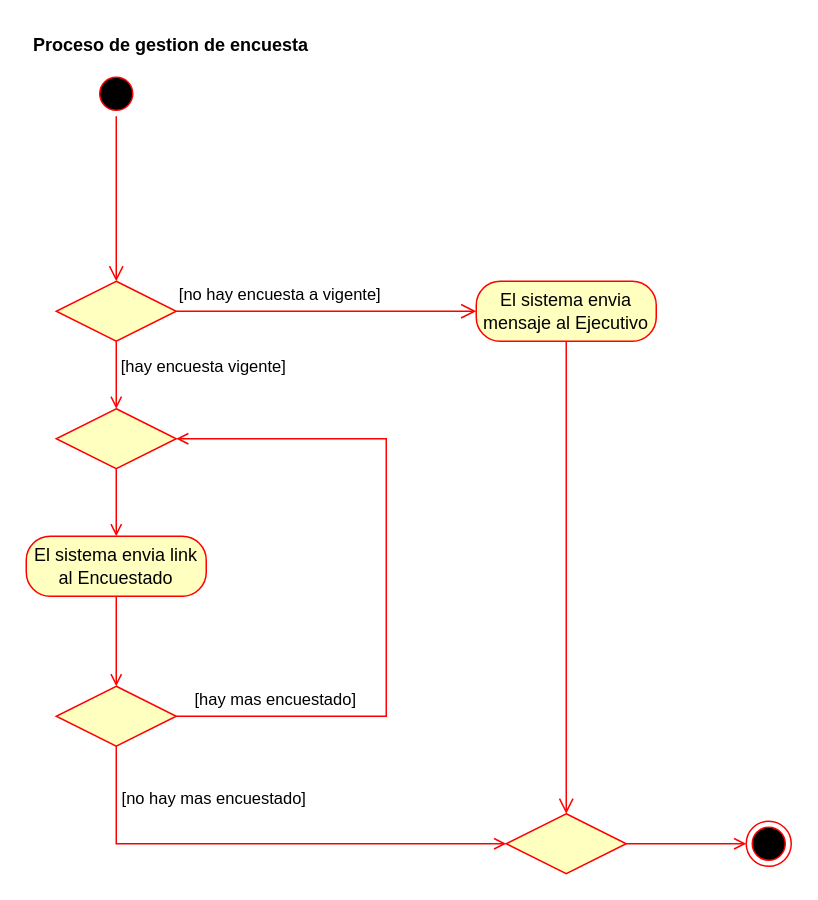
Above: page "DA1" (3 of 6) of analisis-de-sistemas/TPI Analisis de Sistemas.drawio in repocdlf/actividades-up (draw.io), before the change. Source tidied: cells renumbered, new cells numbered last; positions are measured from the earlier drawing's top-left corner, leaving out a move shared by most shapes. Both pictures are drawn from the tidied source at 150%, with x=0, y=0 at pixel (26, 26).
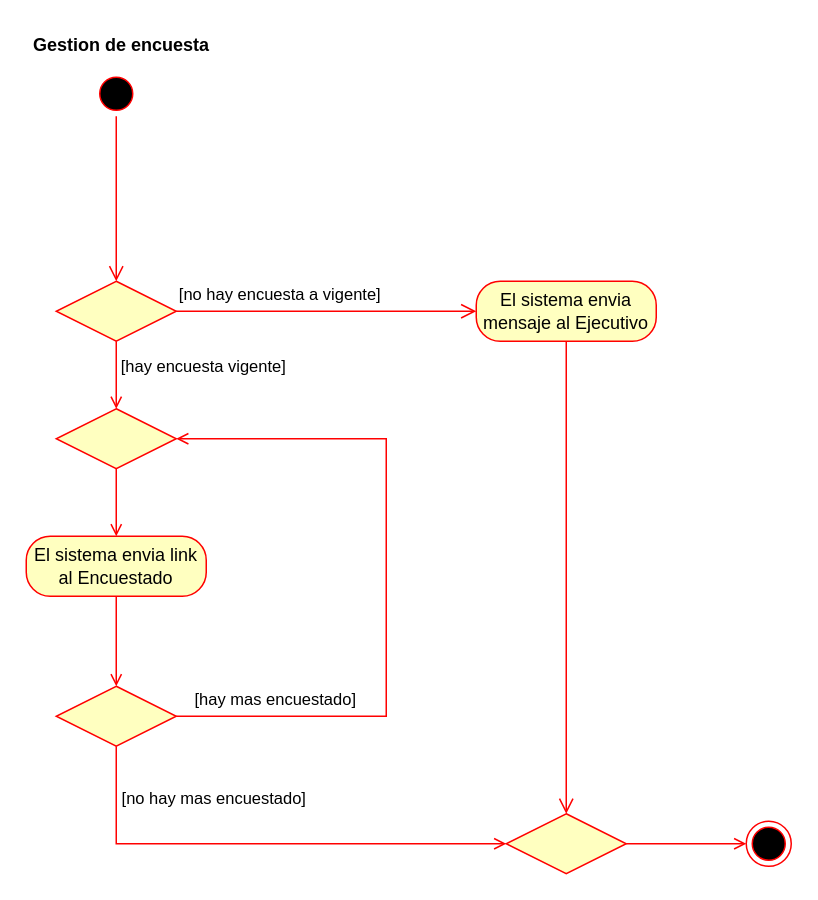
The same page after the edit.

Commit message:
DA exportacion y respuesta

Change to the diagram source:
```diff
@@
-    <mxCell id="12" value="Proceso de gestion de encuesta" style="text;align=left;fontStyle=1;verticalAlign=middle;spacingLeft=3;spacingRight=3;strokeColor=none;html=1;" parent="1" vertex="1">
+    <mxCell id="12" value="Gestion de encuesta" style="text;align=left;fontStyle=1;verticalAlign=middle;spacingLeft=3;spacingRight=3;strokeColor=none;html=1;" parent="1" vertex="1">
       <mxGeometry width="220" height="26" as="geometry" />
     </mxCell>
```
